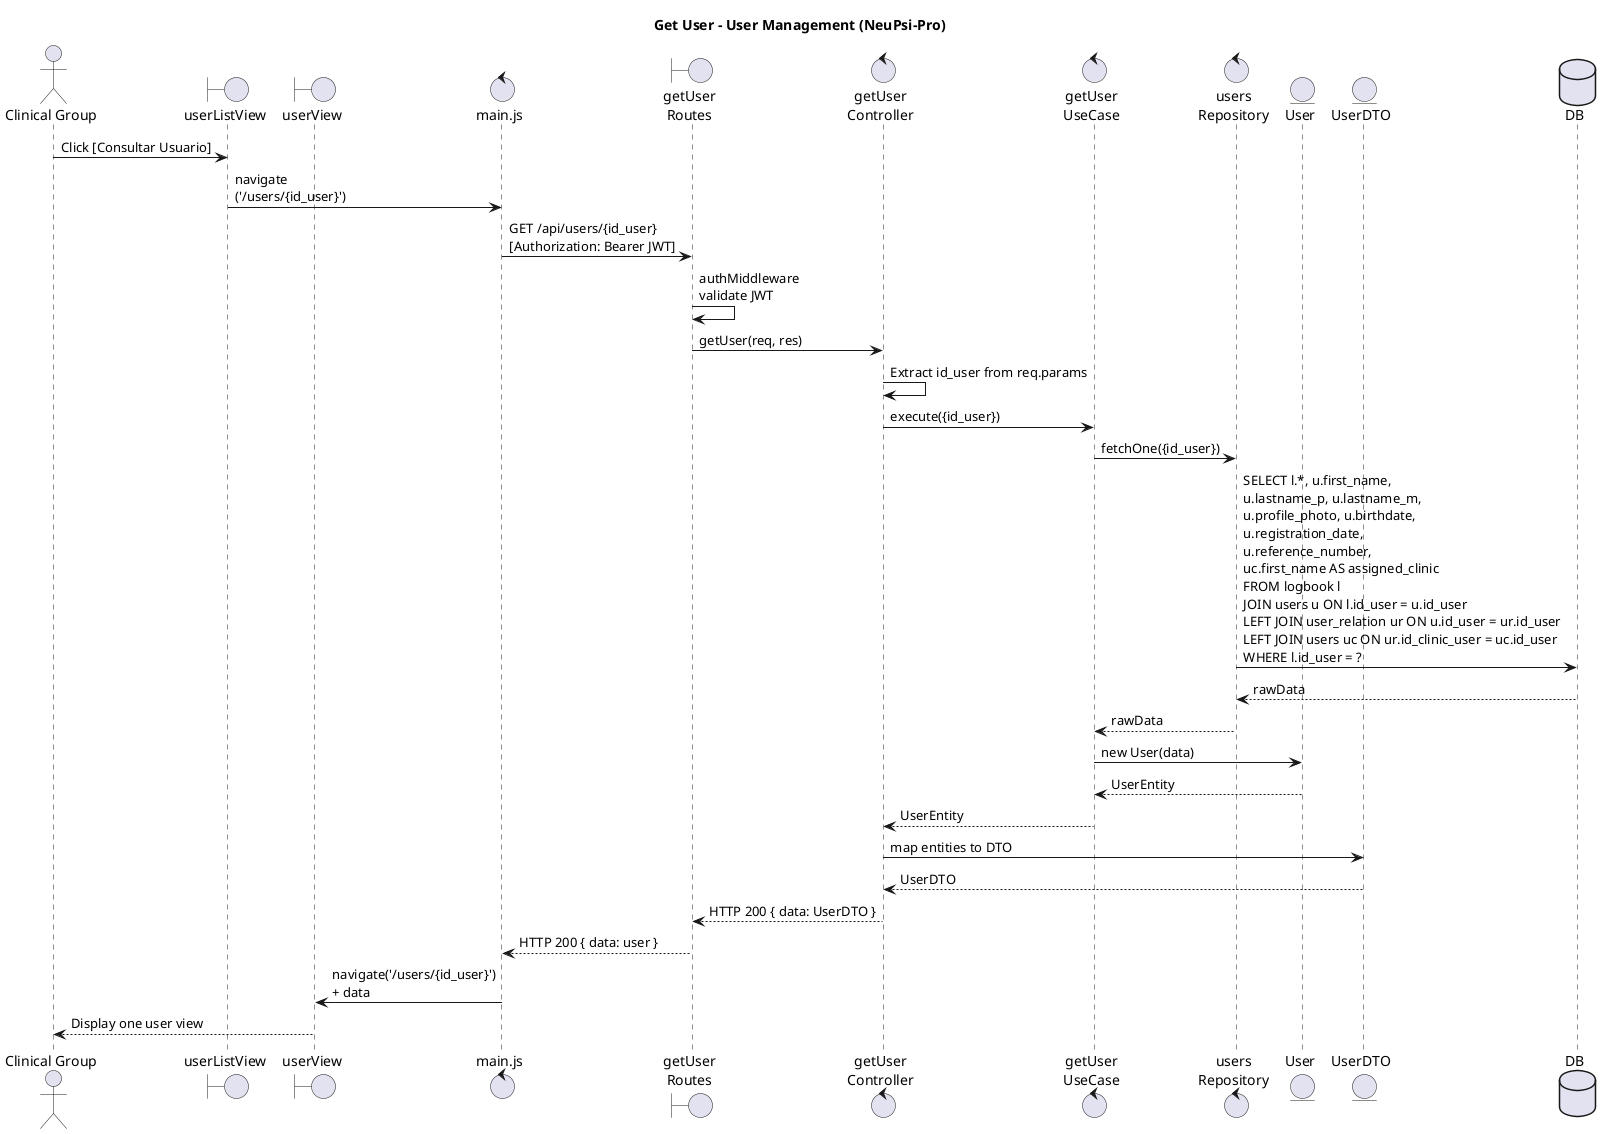
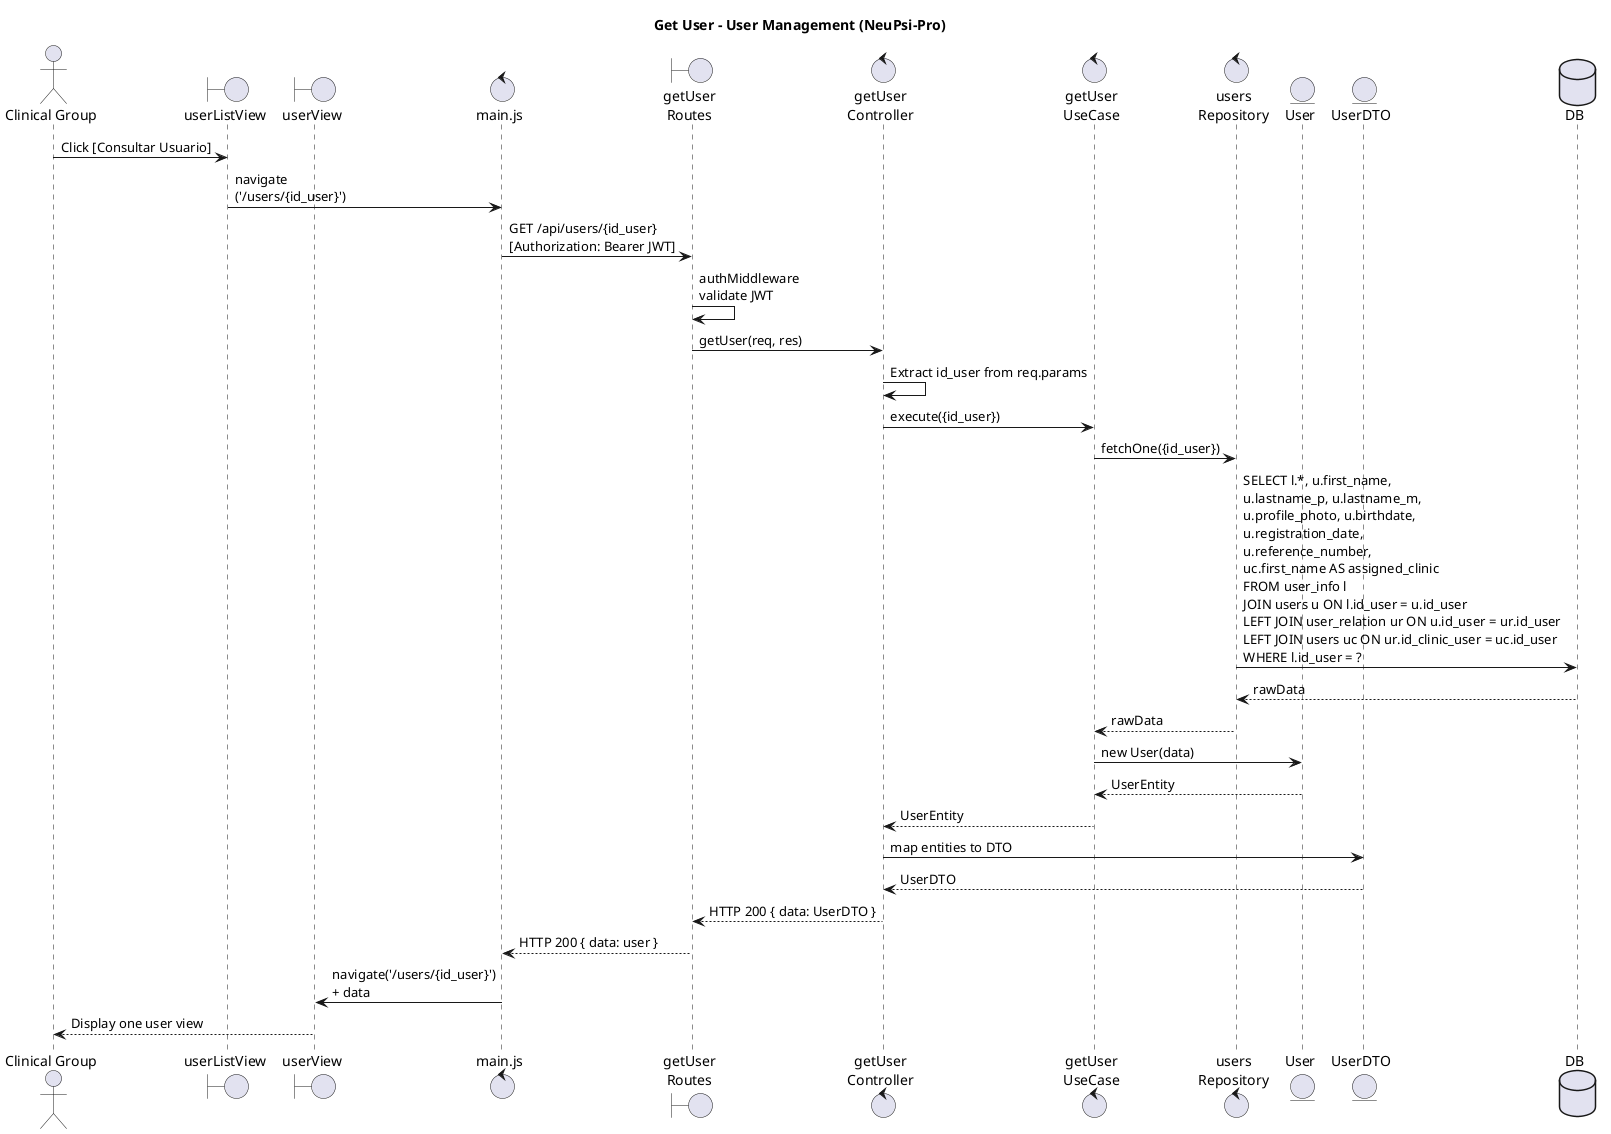
@startuml GU05 Get-User

title Get User - User Management (NeuPsi-Pro)

actor "Clinical Group" as CG

boundary "userListView" as VUsers
boundary "userView" as VOne
control "main.js" as MAIN
boundary "getUser\nRoutes" as ROUTE
control "getUser\nController" as CTRL
control "getUser\nUseCase" as UC
control "users\nRepository" as REPO
entity "User" as ENT
entity "UserDTO" as DTO
database DB

CG -> VUsers : Click [Consultar Usuario]
VUsers -> MAIN : navigate\n('/users/{id_user}')

MAIN -> ROUTE : GET /api/users/{id_user}\n[Authorization: Bearer JWT]

ROUTE -> ROUTE : authMiddleware\nvalidate JWT
ROUTE -> CTRL : getUser(req, res)

CTRL -> CTRL : Extract id_user from req.params

CTRL -> UC : execute({id_user})

UC -> REPO : fetchOne({id_user})

- REPO -> DB : SELECT l.*, u.first_name,\nu.lastname_p, u.lastname_m,\nu.profile_photo, u.birthdate,\nu.registration_date,\nu.reference_number,\nuc.first_name AS assigned_clinic\nFROM logbook l\nJOIN users u ON l.id_user = u.id_user\nLEFT JOIN user_relation ur ON u.id_user = ur.id_user\nLEFT JOIN users uc ON ur.id_clinic_user = uc.id_user\nWHERE l.id_user = ?
+ REPO -> DB : SELECT l.*, u.first_name,\nu.lastname_p, u.lastname_m,\nu.profile_photo, u.birthdate,\nu.registration_date,\nu.reference_number,\nuc.first_name AS assigned_clinic\nFROM user_info l\nJOIN users u ON l.id_user = u.id_user\nLEFT JOIN user_relation ur ON u.id_user = ur.id_user\nLEFT JOIN users uc ON ur.id_clinic_user = uc.id_user\nWHERE l.id_user = ?

DB --> REPO : rawData

REPO --> UC : rawData

UC -> ENT : new User(data)
ENT --> UC : UserEntity

UC --> CTRL : UserEntity

CTRL -> DTO : map entities to DTO
DTO --> CTRL : UserDTO

CTRL --> ROUTE : HTTP 200 { data: UserDTO }

ROUTE --> MAIN : HTTP 200 { data: user }

MAIN -> VOne : navigate('/users/{id_user}')\n+ data

VOne --> CG : Display one user view

@enduml